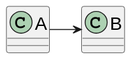
Earlier version of the PlantUML export docs/SPRINT_3/US325/images/class-diagram-01.svg (diogoveirospro/sem4pi-2024-2025-sem4pi_2024_2025_g44).
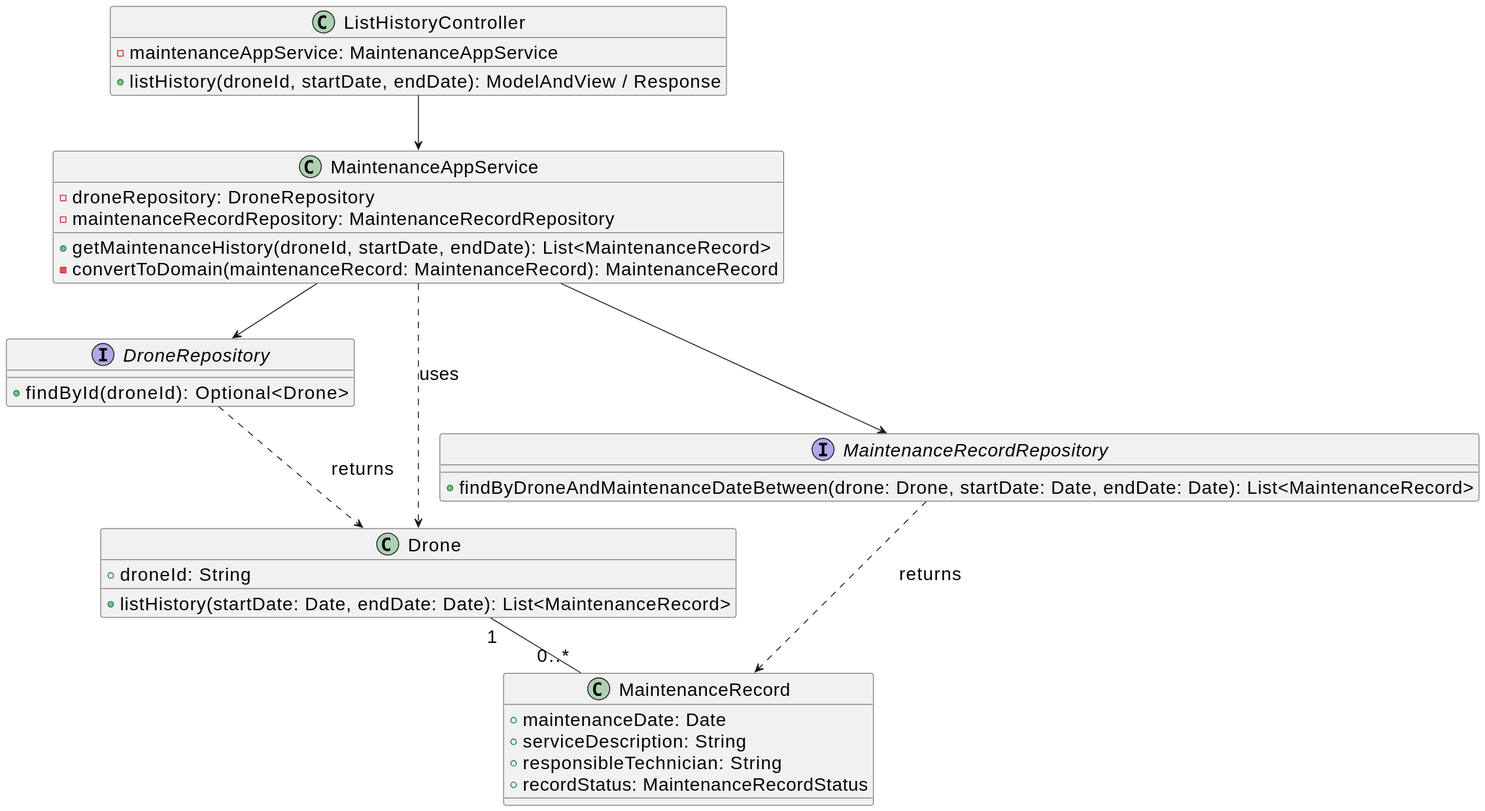
Later version of the same file.

Diff of the diagram source:
```diff
@@ -1,13 +1,43 @@
 @startuml
 skinparamlocked defaultFontSize 20
-
-class A {
-
+class ListHistoryController {
+  -maintenanceAppService: MaintenanceAppService
+  +listHistory(droneId, startDate, endDate): ModelAndView / Response
 }
 
-class B {
-
+class MaintenanceAppService {
+  -droneRepository: DroneRepository
+  -maintenanceRecordRepository: MaintenanceRecordRepository
+  +getMaintenanceHistory(droneId, startDate, endDate): List<MaintenanceRecord>
+  -convertToDomain(maintenanceRecord: MaintenanceRecord): MaintenanceRecord
 }
 
-A -> B
+interface DroneRepository {
+  +findById(droneId): Optional<Drone>
+}
+
+interface MaintenanceRecordRepository {
+  +findByDroneAndMaintenanceDateBetween(drone: Drone, startDate: Date, endDate: Date): List<MaintenanceRecord>
+}
+
+class Drone {
+  +droneId: String
+  +listHistory(startDate: Date, endDate: Date): List<MaintenanceRecord>
+}
+
+class MaintenanceRecord {
+  +maintenanceDate: Date
+  +serviceDescription: String
+  +responsibleTechnician: String
+  +recordStatus: MaintenanceRecordStatus
+}
+
+ListHistoryController --> MaintenanceAppService
+MaintenanceAppService --> DroneRepository
+MaintenanceAppService --> MaintenanceRecordRepository
+MaintenanceAppService ..> Drone : uses
+DroneRepository ..> Drone : returns
+MaintenanceRecordRepository ..> MaintenanceRecord : returns
+
+Drone "1" -- "0..*" MaintenanceRecord
 @enduml
```
